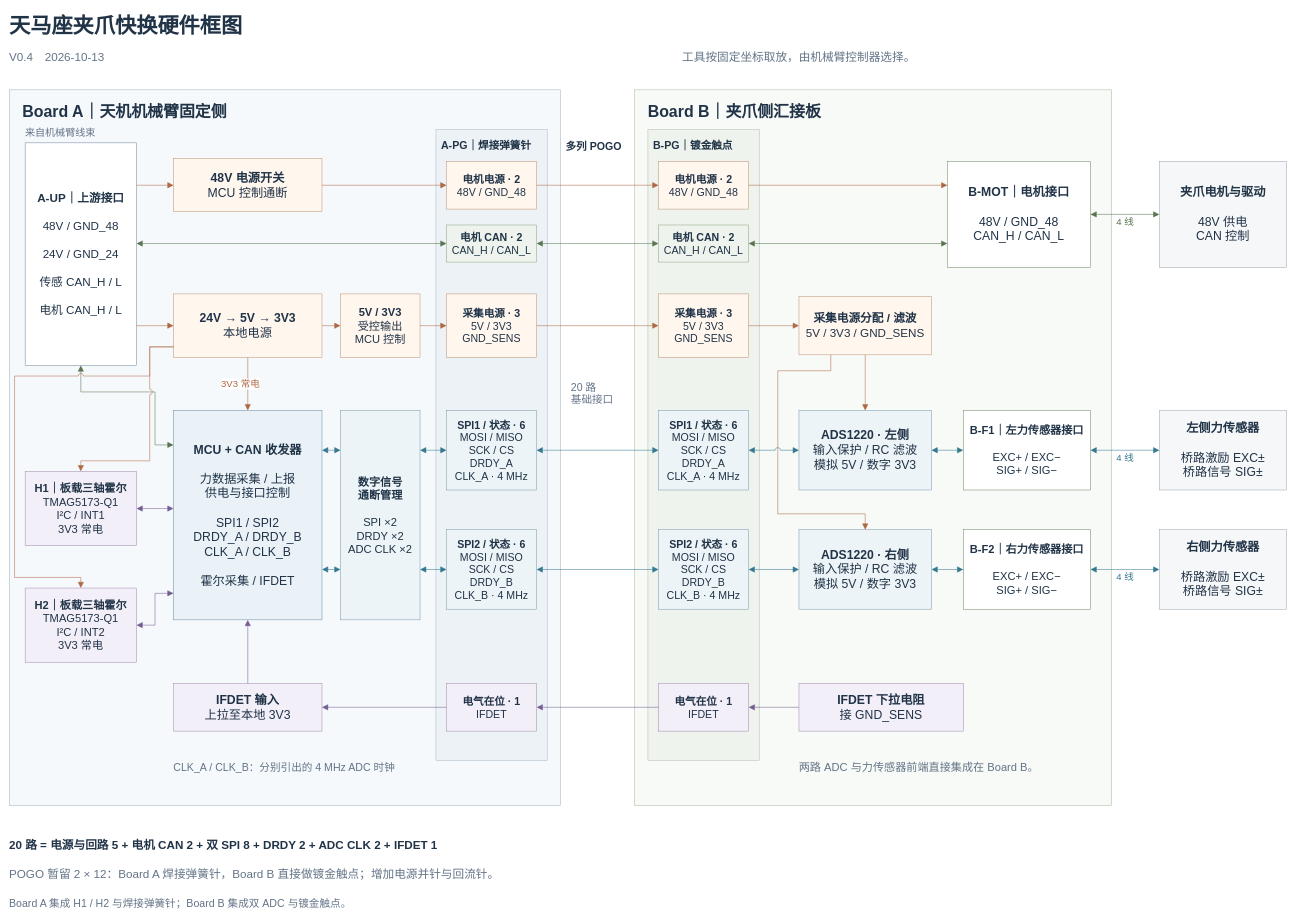
EverVance/tianma-quickchange-review keeps this draw.io diagram as hardware.drawio. Above is the earlier version. Source tidied: cells renumbered, new cells numbered last; positions are measured from the earlier drawing's top-left corner, leaving out a move shared by most shapes. Both pictures are drawn from the tidied source at 53%, with x=0, y=0 at pixel (9, 9).
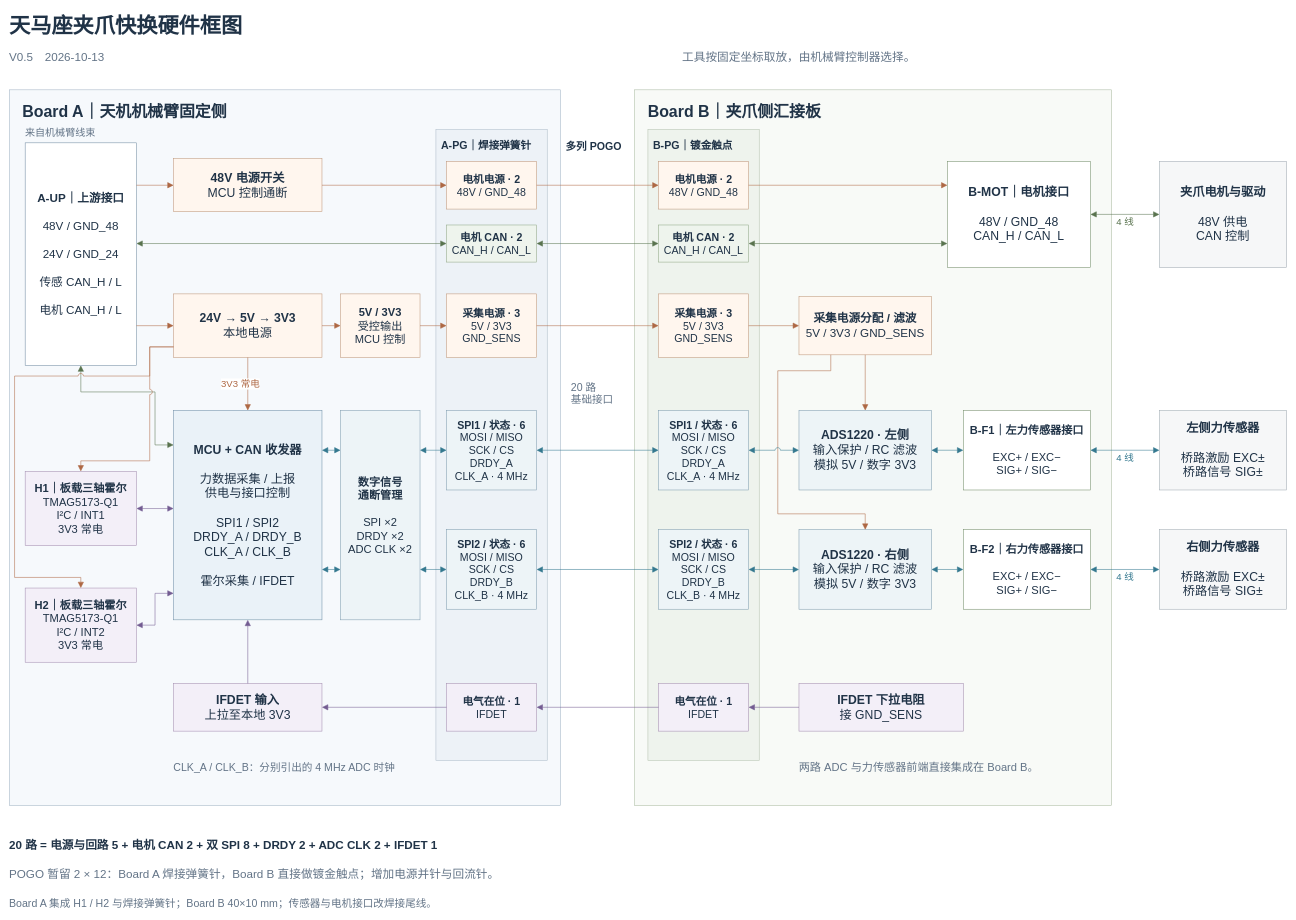
The same diagram, later.

Commit message (it also covers changes not shown here):
Enclose Board A and fit Board B into 40 by 10 mm

The edit, as a diff of the source:
```diff
@@
-    <mxCell id="3" value="V0.4　2026-10-13" style="rounded=0;whiteSpace=wrap;html=1;align=center;verticalAlign=middle;spacing=10;fontFamily=Microsoft YaHei;fontSize=22;fontColor=#203347;strokeWidth=1;fillColor=none;strokeColor=none;align=left;spacing=0;fontColor=#637487;fontStyle=0;" parent="1" vertex="1">
+    <mxCell id="3" value="V0.5　2026-10-13" style="rounded=0;whiteSpace=wrap;html=1;align=center;verticalAlign=middle;spacing=10;fontFamily=Microsoft YaHei;fontSize=22;fontColor=#203347;strokeWidth=1;fillColor=none;strokeColor=none;align=left;spacing=0;fontColor=#637487;fontStyle=0;" parent="1" vertex="1">
       <mxGeometry y="77" width="550" height="30" as="geometry" />
     </mxCell>
@@
-    <mxCell id="88" value="Board A 集成 H1 / H2 与焊接弹簧针；Board B 集成双 ADC 与镀金触点。" style="rounded=0;whiteSpace=wrap;html=1;align=center;verticalAlign=middle;spacing=10;fontFamily=Microsoft YaHei;fontSize=20;fontColor=#203347;strokeWidth=1;fillColor=none;strokeColor=none;align=left;spacing=0;fontColor=#637487;fontStyle=0;" parent="1" vertex="1">
+    <mxCell id="88" value="Board A 集成 H1 / H2 与焊接弹簧针；Board B 40×10 mm；传感器与电机接口改焊接尾线。" style="rounded=0;whiteSpace=wrap;html=1;align=center;verticalAlign=middle;spacing=10;fontFamily=Microsoft YaHei;fontSize=20;fontColor=#203347;strokeWidth=1;fillColor=none;strokeColor=none;align=left;spacing=0;fontColor=#637487;fontStyle=0;" parent="1" vertex="1">
       <mxGeometry y="1672" width="2400" height="30" as="geometry" />
     </mxCell>
```
